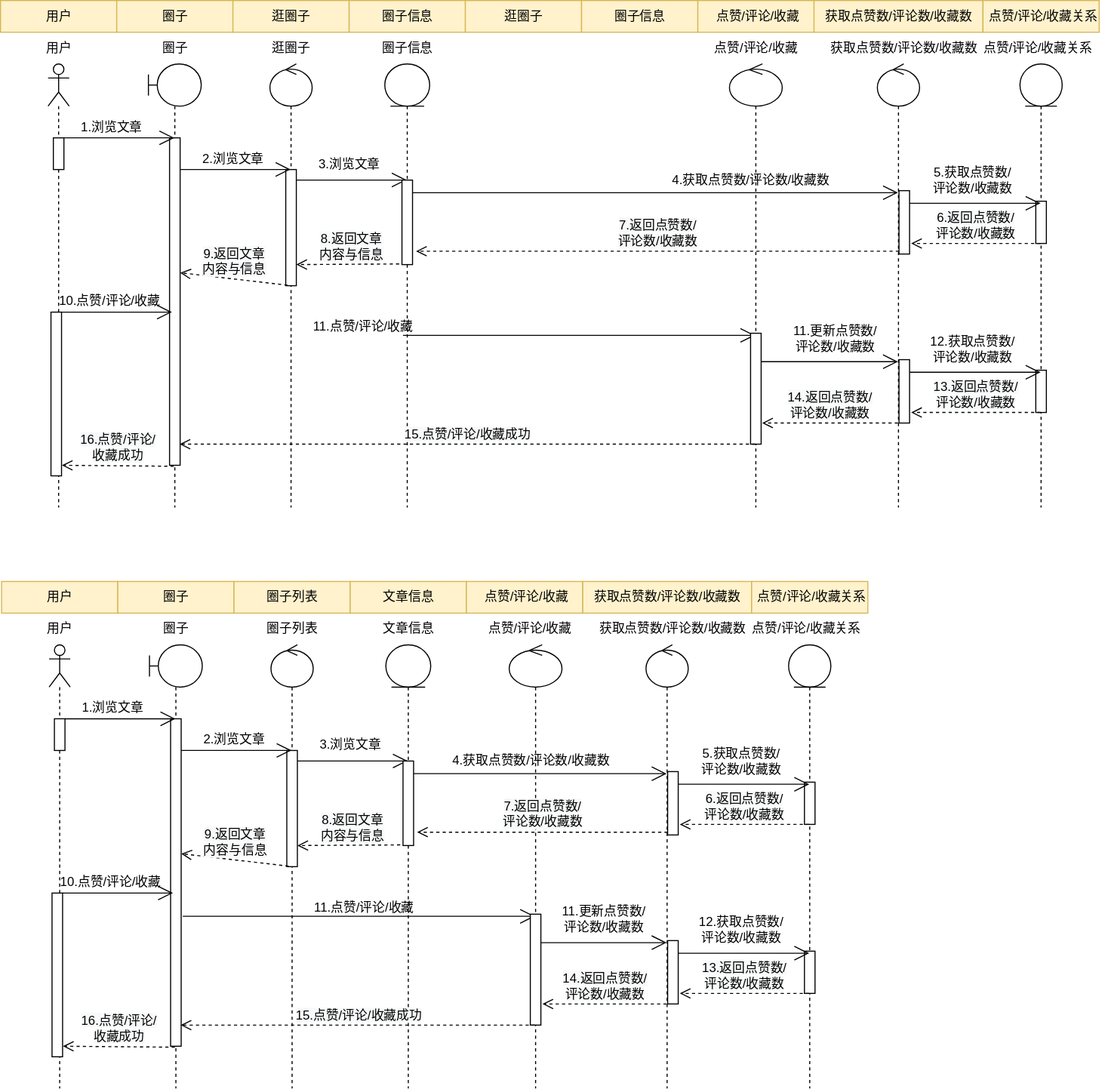
WuShangMo/SquidGame1 keeps this draw.io diagram as 文章浏览序列图.drawio.svg. Above is the earlier version. Source tidied: cells renumbered, new cells last; positions are measured from the earlier drawing's top-left corner, leaving out a move shared by most shapes.
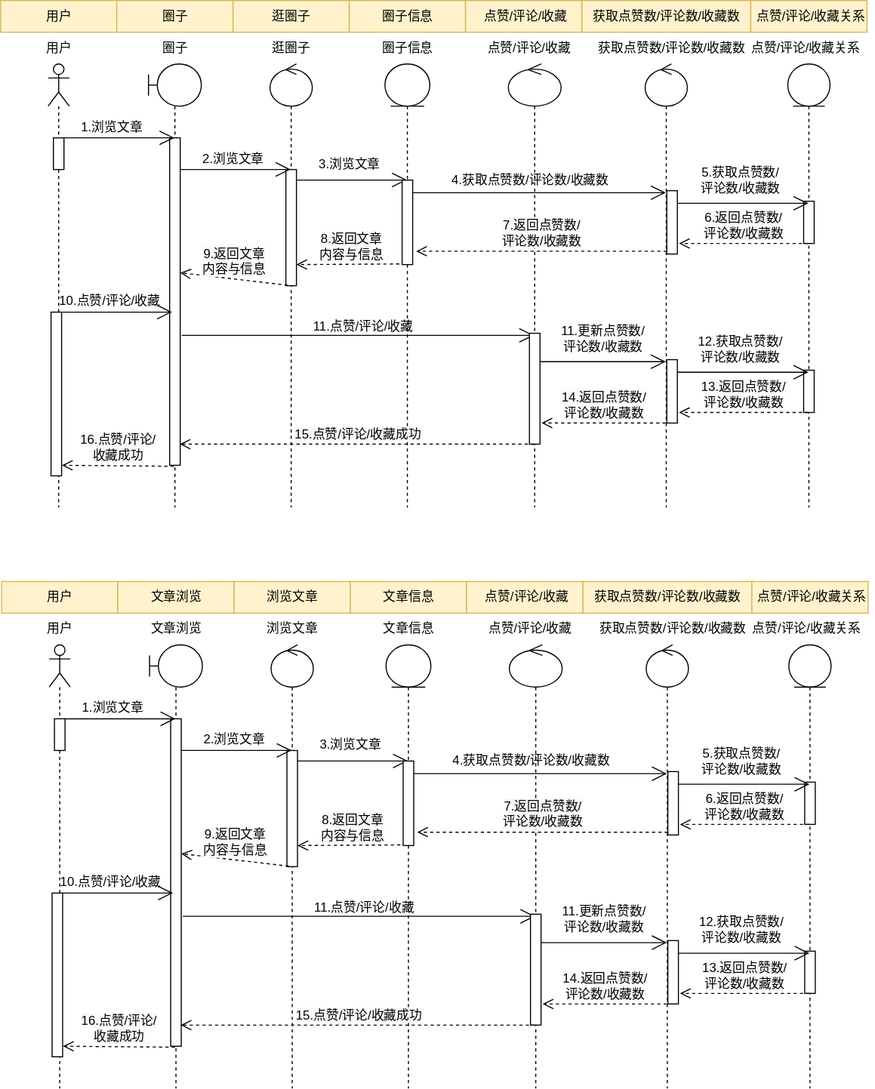
After the commit.

Commit message:
更新文章浏览序列图.drawio.svg

The edit, as a diff of the source:
```diff
@@ -15,13 +15,13 @@
       <mxGeometry x="330" width="110" height="30" as="geometry" />
     </mxCell>
     <mxCell id="6" value="获取点赞数/评论数/收藏数" style="html=1;fillColor=#fff2cc;strokeColor=#d6b656;" parent="1" vertex="1">
-      <mxGeometry x="770" width="160" height="30" as="geometry" />
+      <mxGeometry x="550" width="160" height="30" as="geometry" />
     </mxCell>
     <mxCell id="7" value="&amp;nbsp;点赞/评论/收藏关系" style="html=1;fillColor=#fff2cc;strokeColor=#d6b656;" parent="1" vertex="1">
-      <mxGeometry x="930" width="110" height="30" as="geometry" />
+      <mxGeometry x="710" width="110" height="30" as="geometry" />
     </mxCell>
     <mxCell id="8" value="&amp;nbsp;点赞/评论/收藏" style="html=1;fillColor=#fff2cc;strokeColor=#d6b656;" parent="1" vertex="1">
-      <mxGeometry x="660" width="110" height="30" as="geometry" />
+      <mxGeometry x="440" width="110" height="30" as="geometry" />
     </mxCell>
     <mxCell id="9" style="shape=umlLifeline;participant=umlBoundary;perimeter=lifelinePerimeter;whiteSpace=wrap;html=1;verticalAlign=top;spacingTop=36;outlineConnect=0;" parent="1" vertex="1">
       <mxGeometry x="140" y="60" width="50" height="420" as="geometry" />
@@ -47,7 +47,7 @@
       <mxGeometry x="-81" y="234" width="120" height="30" as="geometry" />
     </mxCell>
     <mxCell id="16" style="shape=umlLifeline;participant=umlControl;perimeter=lifelinePerimeter;whiteSpace=wrap;html=1;verticalAlign=top;spacingTop=36;outlineConnect=0;" parent="1" vertex="1">
-      <mxGeometry x="690" y="60" width="50" height="420" as="geometry" />
+      <mxGeometry x="480.5" y="60" width="50" height="420" as="geometry" />
     </mxCell>
     <mxCell id="17" value="4.获取点赞数/评论数/收藏数" style="text;html=1;align=center;verticalAlign=middle;strokeColor=none;fillColor=none;" parent="16" vertex="1">
       <mxGeometry x="-65" y="95" width="170" height="30" as="geometry" />
@@ -61,7 +61,7 @@
       <mxGeometry x="20" y="255" width="10" height="105" as="geometry" />
     </mxCell>
     <mxCell id="20" style="shape=umlLifeline;participant=umlEntity;perimeter=lifelinePerimeter;whiteSpace=wrap;html=1;verticalAlign=top;spacingTop=36;outlineConnect=0;" parent="1" vertex="1">
-      <mxGeometry x="965" y="60" width="40" height="420" as="geometry" />
+      <mxGeometry x="745" y="60" width="40" height="420" as="geometry" />
     </mxCell>
     <mxCell id="21" style="html=1;perimeter=orthogonalPerimeter;" parent="20" vertex="1">
       <mxGeometry x="15" y="130" width="10" height="40" as="geometry" />
@@ -94,11 +94,11 @@
     </mxCell>
     <mxCell id="28" value="&lt;span style=&quot;font-size: 12px; background-color: rgb(248, 249, 250);&quot;&gt;14.返回点赞数/&lt;/span&gt;&lt;br style=&quot;font-size: 12px; background-color: rgb(248, 249, 250);&quot;&gt;&lt;span style=&quot;font-size: 12px; background-color: rgb(248, 249, 250);&quot;&gt;评论数/收藏数&lt;/span&gt;" style="html=1;verticalAlign=bottom;endArrow=open;dashed=1;endSize=8;rounded=0;" parent="20" edge="1" source="29">
       <mxGeometry relative="1" as="geometry">
-        <mxPoint x="-244" y="340" as="targetPoint" />
+        <mxPoint x="-233" y="340" as="targetPoint" />
       </mxGeometry>
     </mxCell>
     <mxCell id="29" style="shape=umlLifeline;participant=umlControl;perimeter=lifelinePerimeter;whiteSpace=wrap;html=1;verticalAlign=top;spacingTop=36;outlineConnect=0;" parent="1" vertex="1">
-      <mxGeometry x="830" y="60" width="40" height="420" as="geometry" />
+      <mxGeometry x="610" y="60" width="40" height="420" as="geometry" />
     </mxCell>
     <mxCell id="30" value="圈子" style="text;html=1;align=center;verticalAlign=middle;strokeColor=none;fillColor=none;" parent="1" vertex="1">
       <mxGeometry x="140" y="30" width="50" height="30" as="geometry" />
@@ -110,13 +110,13 @@
       <mxGeometry x="350" y="30" width="70" height="30" as="geometry" />
     </mxCell>
     <mxCell id="33" value="点赞/评论/收藏" style="text;html=1;align=center;verticalAlign=middle;strokeColor=none;fillColor=none;" parent="1" vertex="1">
-      <mxGeometry x="665" y="30" width="100" height="30" as="geometry" />
+      <mxGeometry x="450" y="30" width="100" height="30" as="geometry" />
     </mxCell>
     <mxCell id="34" value="获取点赞数/评论数/收藏数" style="text;html=1;align=center;verticalAlign=middle;strokeColor=none;fillColor=none;" parent="1" vertex="1">
-      <mxGeometry x="775" y="30" width="160" height="30" as="geometry" />
+      <mxGeometry x="555" y="30" width="160" height="30" as="geometry" />
     </mxCell>
     <mxCell id="35" value="&amp;nbsp;点赞/评论/收藏关系" style="text;html=1;align=center;verticalAlign=middle;strokeColor=none;fillColor=none;" parent="1" vertex="1">
-      <mxGeometry x="915" y="30" width="130" height="30" as="geometry" />
+      <mxGeometry x="695" y="30" width="130" height="30" as="geometry" />
     </mxCell>
     <mxCell id="36" style="shape=umlLifeline;participant=umlActor;perimeter=lifelinePerimeter;whiteSpace=wrap;html=1;verticalAlign=top;spacingTop=36;" parent="1" vertex="1">
       <mxGeometry x="45" y="60" width="20" height="420" as="geometry" />
@@ -162,19 +162,19 @@
       </mxGeometry>
     </mxCell>
     <mxCell id="47" style="html=1;points=[];perimeter=orthogonalPerimeter;" parent="1" vertex="1">
-      <mxGeometry x="850.5" y="180" width="10" height="60" as="geometry" />
+      <mxGeometry x="630.5" y="180" width="10" height="60" as="geometry" />
     </mxCell>
     <mxCell id="48" style="endArrow=open;endFill=1;endSize=12;html=1;rounded=0;exitX=1;exitY=0.094;exitDx=0;exitDy=0;exitPerimeter=0;" parent="1" edge="1" target="20">
       <mxGeometry relative="1" as="geometry">
-        <mxPoint x="860.5" y="192" as="sourcePoint" />
+        <mxPoint x="640.5" y="192" as="sourcePoint" />
       </mxGeometry>
     </mxCell>
     <mxCell id="49" value="5.获取点赞数/&lt;br&gt;评论数/收藏数" style="text;html=1;align=center;verticalAlign=middle;strokeColor=none;fillColor=none;" parent="1" vertex="1">
-      <mxGeometry x="870" y="150" width="100" height="40" as="geometry" />
+      <mxGeometry x="650" y="150" width="100" height="40" as="geometry" />
     </mxCell>
     <mxCell id="50" value="&lt;span style=&quot;font-size: 12px; background-color: rgb(248, 249, 250);&quot;&gt;6.返回点赞数/&lt;/span&gt;&lt;br style=&quot;font-size: 12px; background-color: rgb(248, 249, 250);&quot;&gt;&lt;span style=&quot;font-size: 12px; background-color: rgb(248, 249, 250);&quot;&gt;评论数/收藏数&lt;/span&gt;" style="html=1;verticalAlign=bottom;endArrow=open;dashed=1;endSize=8;rounded=0;" parent="1" edge="1" source="20">
       <mxGeometry relative="1" as="geometry">
-        <mxPoint x="862" y="230" as="targetPoint" />
+        <mxPoint x="642" y="230" as="targetPoint" />
       </mxGeometry>
     </mxCell>
     <mxCell id="51" value="&lt;span style=&quot;font-size: 12px; background-color: rgb(248, 249, 250);&quot;&gt;7.返回点赞数/&lt;/span&gt;&lt;br style=&quot;font-size: 12px; background-color: rgb(248, 249, 250);&quot;&gt;&lt;span style=&quot;font-size: 12px; background-color: rgb(248, 249, 250);&quot;&gt;评论数/收藏数&lt;/span&gt;" style="html=1;verticalAlign=bottom;endArrow=open;dashed=1;endSize=8;rounded=0;entryX=1.333;entryY=0.842;entryDx=0;entryDy=0;entryPerimeter=0;" parent="1" edge="1" source="47" target="45">
@@ -198,7 +198,7 @@
       <mxGeometry x="42.8" y="270" width="120" height="30" as="geometry" />
     </mxCell>
     <mxCell id="56" value="11.更新点赞数/&lt;br&gt;评论数/收藏数" style="text;html=1;align=center;verticalAlign=middle;strokeColor=none;fillColor=none;" parent="1" vertex="1">
-      <mxGeometry x="740" y="300" width="100" height="40" as="geometry" />
+      <mxGeometry x="520" y="300" width="100" height="40" as="geometry" />
     </mxCell>
     <mxCell id="57" value="&lt;span style=&quot;font-size: 12px; background-color: rgb(248, 249, 250);&quot;&gt;15.点赞/评论/收藏成功&lt;/span&gt;" style="html=1;verticalAlign=bottom;endArrow=open;dashed=1;endSize=8;rounded=0;" parent="1" edge="1" source="16">
       <mxGeometry relative="1" as="geometry">
@@ -213,10 +213,10 @@
     <mxCell id="59" value="用户" style="html=1;fillColor=#fff2cc;strokeColor=#d6b656;" parent="1" vertex="1">
       <mxGeometry x="1" y="550" width="110" height="30" as="geometry" />
     </mxCell>
-    <mxCell id="60" value="圈子" style="html=1;fillColor=#fff2cc;strokeColor=#d6b656;" parent="1" vertex="1">
+    <mxCell id="60" value="文章浏览" style="html=1;fillColor=#fff2cc;strokeColor=#d6b656;" parent="1" vertex="1">
       <mxGeometry x="111" y="550" width="110" height="30" as="geometry" />
     </mxCell>
-    <mxCell id="61" value="圈子列表" style="html=1;fillColor=#fff2cc;strokeColor=#d6b656;" parent="1" vertex="1">
+    <mxCell id="61" value="浏览文章" style="html=1;fillColor=#fff2cc;strokeColor=#d6b656;" parent="1" vertex="1">
       <mxGeometry x="221" y="550" width="110" height="30" as="geometry" />
     </mxCell>
     <mxCell id="62" value="文章信息" style="html=1;fillColor=#fff2cc;strokeColor=#d6b656;" parent="1" vertex="1">
@@ -308,10 +308,10 @@
     <mxCell id="86" style="shape=umlLifeline;participant=umlControl;perimeter=lifelinePerimeter;whiteSpace=wrap;html=1;verticalAlign=top;spacingTop=36;outlineConnect=0;" parent="1" vertex="1">
       <mxGeometry x="611" y="610" width="40" height="420" as="geometry" />
     </mxCell>
-    <mxCell id="87" value="圈子" style="text;html=1;align=center;verticalAlign=middle;strokeColor=none;fillColor=none;" parent="1" vertex="1">
-      <mxGeometry x="141" y="580" width="50" height="30" as="geometry" />
+    <mxCell id="87" value="文章浏览" style="text;html=1;align=center;verticalAlign=middle;strokeColor=none;fillColor=none;" parent="1" vertex="1">
+      <mxGeometry x="131" y="580" width="70" height="30" as="geometry" />
     </mxCell>
-    <mxCell id="88" value="圈子列表" style="text;html=1;align=center;verticalAlign=middle;strokeColor=none;fillColor=none;" parent="1" vertex="1">
+    <mxCell id="88" value="浏览文章" style="text;html=1;align=center;verticalAlign=middle;strokeColor=none;fillColor=none;" parent="1" vertex="1">
       <mxGeometry x="241" y="580" width="70" height="30" as="geometry" />
     </mxCell>
     <mxCell id="89" value="文章信息" style="text;html=1;align=center;verticalAlign=middle;strokeColor=none;fillColor=none;" parent="1" vertex="1">
@@ -418,11 +418,5 @@
         <mxPoint x="59.1" y="990" as="targetPoint" />
       </mxGeometry>
     </mxCell>
-    <mxCell id="116" value="逛圈子" style="html=1;fillColor=#fff2cc;strokeColor=#d6b656;" parent="1" vertex="1">
-      <mxGeometry x="440" width="110" height="30" as="geometry" />
-    </mxCell>
-    <mxCell id="117" value="圈子信息" style="html=1;fillColor=#fff2cc;strokeColor=#d6b656;" parent="1" vertex="1">
-      <mxGeometry x="550" width="110" height="30" as="geometry" />
-    </mxCell>
   </root>
 </mxGraphModel>
```
